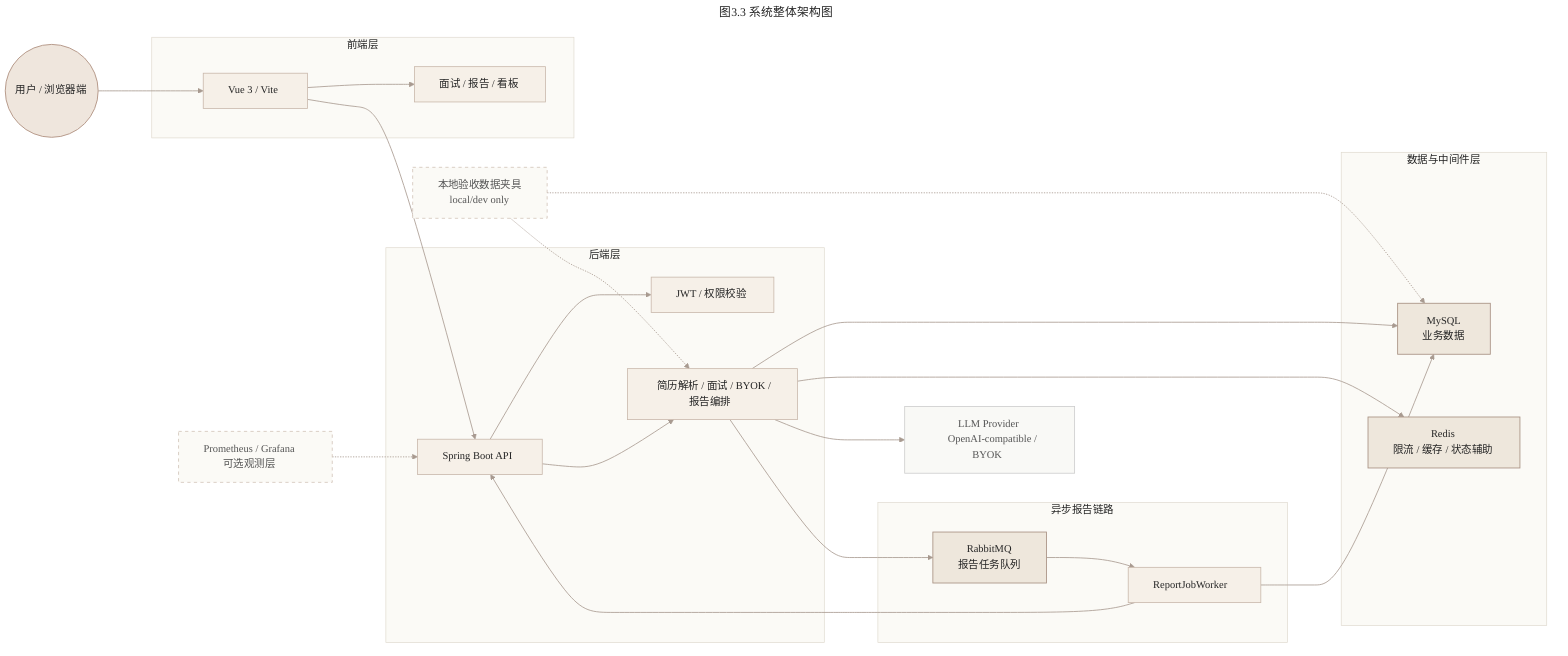
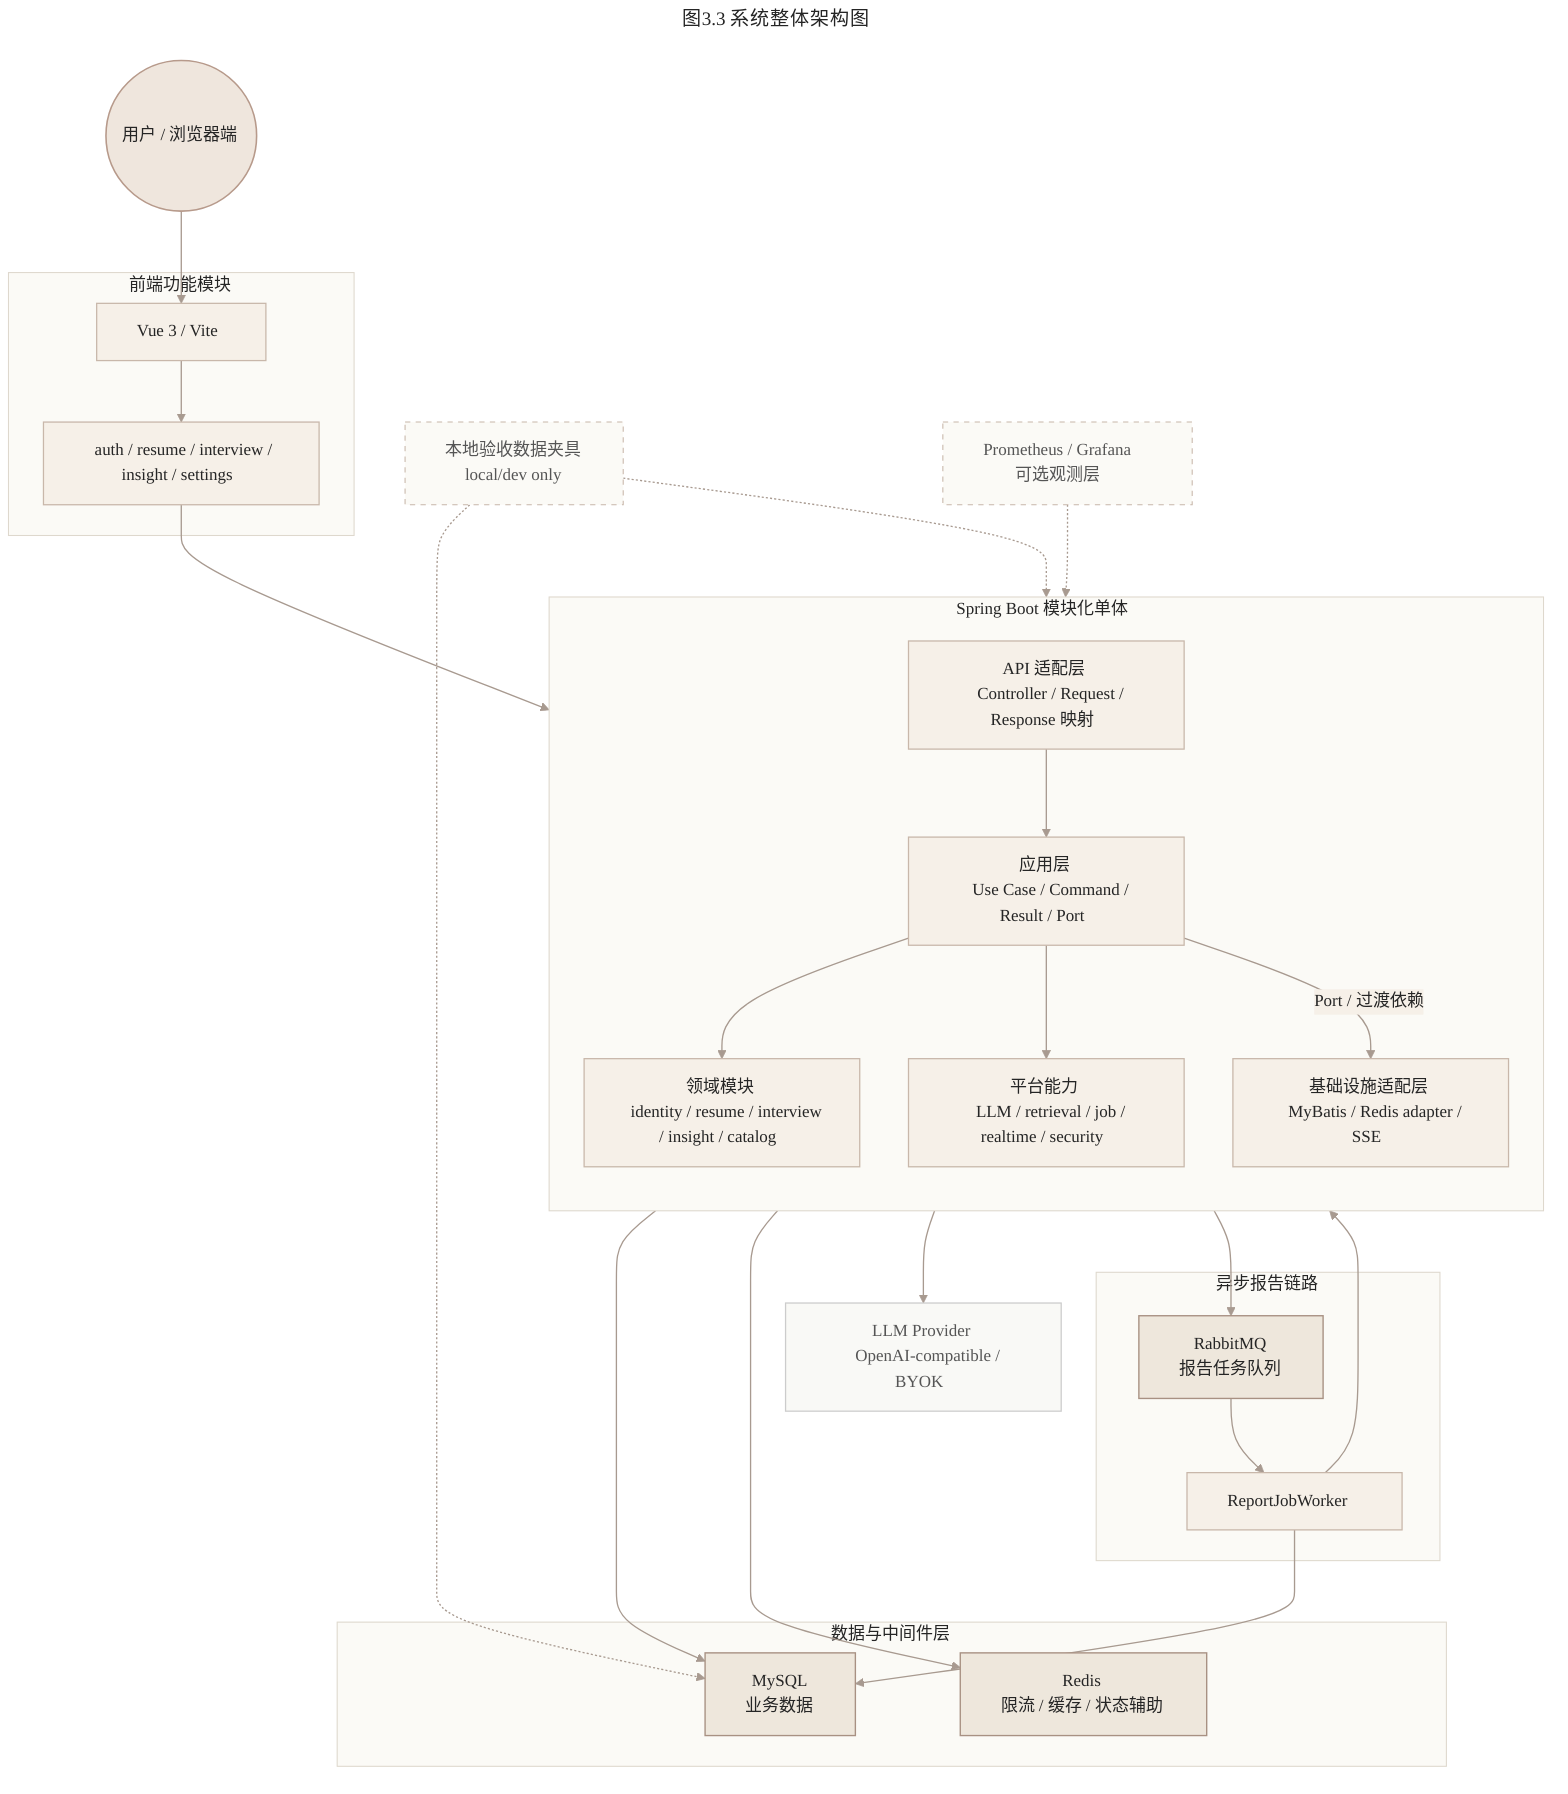
---
title: 图3.3 系统整体架构图
---
%%{init: {
  "theme": "base",
  "themeVariables": {
    "background": "#FAF8F2",
    "primaryColor": "#EFE6DD",
    "primaryBorderColor": "#B79A8B",
    "primaryTextColor": "#252525",
    "lineColor": "#A89A90",
    "secondaryColor": "#F6F0E8",
    "tertiaryColor": "#FBFAF6",
    "fontFamily": "system-ui, -apple-system, \"Microsoft YaHei\", sans-serif",
    "fontSize": "16px",
    "nodePadding": "16px"
  },
  "flowchart": {
-     "nodeSpacing": 70,
-     "rankSpacing": 82,
+     "nodeSpacing": 46,
+     "rankSpacing": 58,
    "curve": "basis"
  }
}}%%
- flowchart LR
+ flowchart TB
  user((" &nbsp; 用户 / 浏览器端 &nbsp; "))

-   subgraph frontend[" &nbsp; 前端层 &nbsp; "]
+   subgraph frontend[" &nbsp; 前端功能模块 &nbsp; "]
    vue[" &nbsp; Vue 3 / Vite &nbsp; "]
-     view[" &nbsp; 面试 / 报告 / 看板 &nbsp; "]
+     features[" &nbsp; auth / resume / interview / insight / settings &nbsp; "]
  end

-   subgraph backend[" &nbsp; 后端层 &nbsp; "]
-     api[" &nbsp; Spring Boot API &nbsp; "]
-     auth[" &nbsp; JWT / 权限校验 &nbsp; "]
-     biz[" &nbsp; 简历解析 / 面试 / BYOK / 报告编排 &nbsp; "]
+   subgraph backend[" &nbsp; Spring Boot 模块化单体 &nbsp; "]
+     direction TB
+     api[" &nbsp; API 适配层 &nbsp; <br/> &nbsp; Controller / Request / Response 映射 &nbsp; "]
+     application[" &nbsp; 应用层 &nbsp; <br/> &nbsp; Use Case / Command / Result / Port &nbsp; "]
+     domain[" &nbsp; 领域模块 &nbsp; <br/> &nbsp; identity / resume / interview / insight / catalog &nbsp; "]
+     platform[" &nbsp; 平台能力 &nbsp; <br/> &nbsp; LLM / retrieval / job / realtime / security &nbsp; "]
+     infrastructure[" &nbsp; 基础设施适配层 &nbsp; <br/> &nbsp; MyBatis / Redis adapter / SSE &nbsp; "]
  end

  subgraph async[" &nbsp; 异步报告链路 &nbsp; "]
    rabbit[" &nbsp; RabbitMQ &nbsp; <br/> &nbsp; 报告任务队列 &nbsp; "]
    worker[" &nbsp; ReportJobWorker &nbsp; "]
  end

  subgraph data[" &nbsp; 数据与中间件层 &nbsp; "]
    mysql[" &nbsp; MySQL &nbsp; <br/> &nbsp; 业务数据 &nbsp; "]
    redis[" &nbsp; Redis &nbsp; <br/> &nbsp; 限流 / 缓存 / 状态辅助 &nbsp; "]
  end

  llm[" &nbsp; LLM Provider &nbsp; <br/> &nbsp; OpenAI-compatible / BYOK &nbsp; "]
  fixture[" &nbsp; 本地验收数据夹具 &nbsp; <br/> &nbsp; local/dev only &nbsp; "]
  monitor[" &nbsp; Prometheus / Grafana &nbsp; <br/> &nbsp; 可选观测层 &nbsp; "]

  user --> vue
-   vue --> view
-   vue --> api
+   vue --> features
+   features --> api

-   api --> auth
-   api --> biz
-   biz --> mysql
-   biz --> redis
-   biz --> llm
-   biz --> rabbit
+   api --> application
+   application --> domain
+   application --> platform
+   application -->|Port / 过渡依赖| infrastructure
+   infrastructure --> mysql
+   infrastructure --> redis
+   platform --> llm
+   platform --> rabbit
  rabbit --> worker
  worker --> mysql
-   worker --> api
+   worker --> application

-   fixture -.-> biz
+   fixture -.-> application
  fixture -.-> mysql
  monitor -.-> api

  classDef actor fill:#EFE6DD,stroke:#B79A8B,stroke-width:1.5px,color:#252525
  classDef layer fill:#FBFAF6,stroke:#DED8CD,color:#252525
  classDef main fill:#F6F0E8,stroke:#C8B7AA,stroke-width:1.2px,color:#252525
  classDef store fill:#EEE7DC,stroke:#A89183,stroke-width:1.3px,color:#252525
  classDef ext fill:#F9F9F6,stroke:#CCCCCC,stroke-width:1.2px,color:#555555
  classDef optional fill:#FBFAF6,stroke:#C8B7AA,stroke-dasharray: 5 5,color:#555555

  class user actor
  class frontend,backend,async,data layer
-   class vue,view,api,auth,biz,worker main
+   class vue,features,api,application,domain,platform,infrastructure,worker main
  class mysql,redis,rabbit store
  class llm ext
  class fixture,monitor optional
  linkStyle default stroke:#A89A90,stroke-width:1.25px
